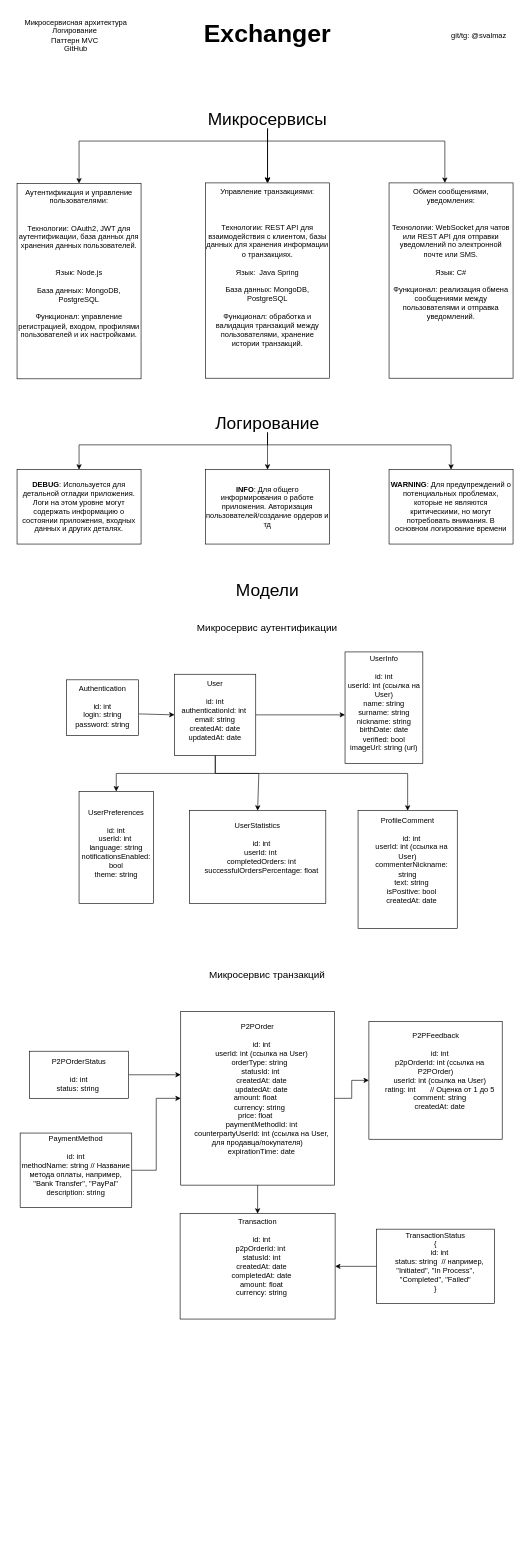
The draw.io diagram exchanger1.drawio in svalmaz/exchanger, before the edit. Source tidied: cells renumbered, new cells numbered last; positions are measured from the earlier drawing's top-left corner, leaving out a move shared by most shapes. Both pictures are drawn from the tidied source at 62%, with x=0, y=0 at pixel (11, 11).
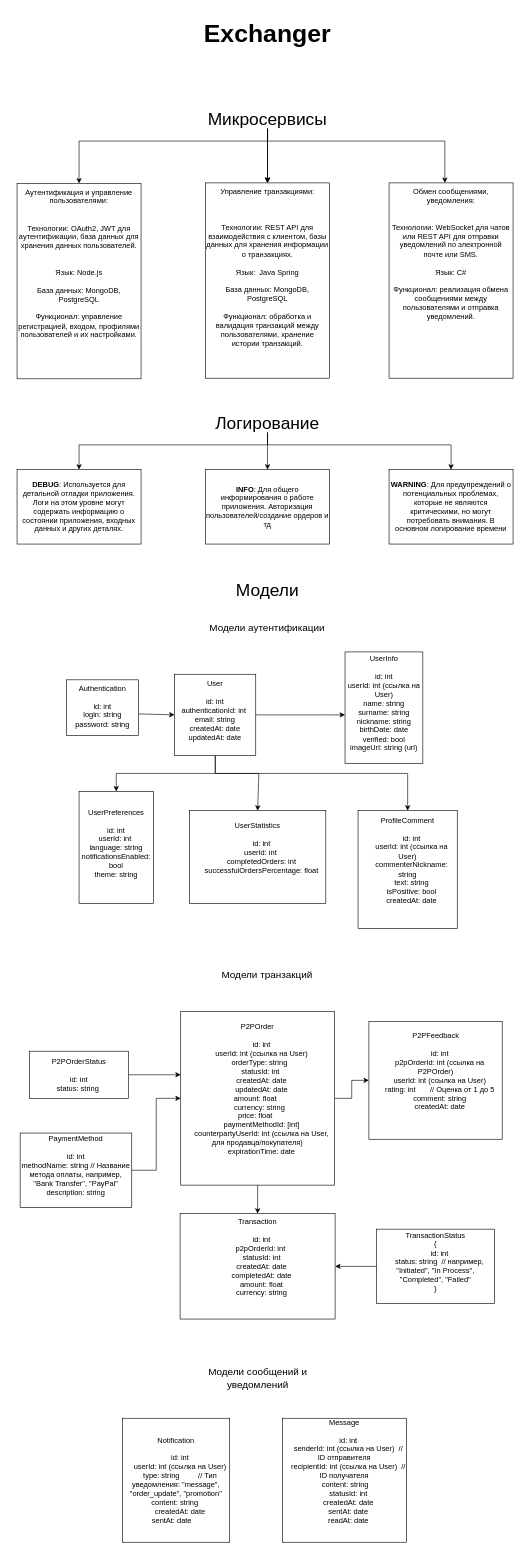
Above is the later version.

Commit message:
Все модели

Change to the diagram source:
```diff
@@
-    <mxCell id="3" value="Микросервисная архитектура&lt;div&gt;Логирование&amp;nbsp;&lt;/div&gt;&lt;div&gt;Паттерн MVC&amp;nbsp;&lt;/div&gt;&lt;div&gt;GitHub&lt;/div&gt;" style="text;html=1;align=center;verticalAlign=middle;whiteSpace=wrap;rounded=0;" parent="1" vertex="1">
-      <mxGeometry width="210" height="80" as="geometry" />
-    </mxCell>
@@
-    <mxCell id="13" value="git/tg: @svalmaz" style="text;html=1;align=center;verticalAlign=middle;whiteSpace=wrap;rounded=0;" parent="1" vertex="1">
-      <mxGeometry x="700" y="25" width="110" height="30" as="geometry" />
-    </mxCell>
@@
-    <mxCell id="22" value="&lt;font style=&quot;font-size: 16px;&quot;&gt;Микросервис аутентификации&lt;/font&gt;" style="text;html=1;align=center;verticalAlign=middle;whiteSpace=wrap;rounded=0;" parent="1" vertex="1">
+    <mxCell id="22" value="&lt;font style=&quot;font-size: 16px;&quot;&gt;Модели аутентификации&lt;/font&gt;" style="text;html=1;align=center;verticalAlign=middle;whiteSpace=wrap;rounded=0;" parent="1" vertex="1">
       <mxGeometry x="288" y="980" width="251" height="30" as="geometry" />
     </mxCell>
@@
-    <mxCell id="34" value="&lt;font style=&quot;font-size: 16px;&quot;&gt;Микросервис транзакций&lt;/font&gt;" style="text;html=1;align=center;verticalAlign=middle;whiteSpace=wrap;rounded=0;" parent="1" vertex="1">
+    <mxCell id="34" value="&lt;font style=&quot;font-size: 16px;&quot;&gt;Модели транзакций&lt;/font&gt;" style="text;html=1;align=center;verticalAlign=middle;whiteSpace=wrap;rounded=0;" parent="1" vertex="1">
       <mxGeometry x="288" y="1540" width="251" height="30" as="geometry" />
     </mxCell>
@@
-    <mxCell id="37" value="&lt;div&gt;P2POrder&lt;/div&gt;&lt;div&gt;&lt;br&gt;&lt;/div&gt;&lt;div&gt;&amp;nbsp; &amp;nbsp; id: int&lt;/div&gt;&lt;div&gt;&amp;nbsp; &amp;nbsp; userId: int (ссылка на User)&lt;/div&gt;&lt;div&gt;&amp;nbsp; &amp;nbsp; orderType: string&amp;nbsp;&amp;nbsp;&lt;/div&gt;&lt;div&gt;&amp;nbsp; &amp;nbsp; statusId: int&amp;nbsp;&lt;/div&gt;&lt;div&gt;&amp;nbsp; &amp;nbsp; createdAt: date&lt;/div&gt;&lt;div&gt;&amp;nbsp; &amp;nbsp; updatedAt: date&lt;/div&gt;&lt;div&gt;&amp;nbsp; &amp;nbsp; amount: float&amp;nbsp; &amp;nbsp; &amp;nbsp;&amp;nbsp;&lt;/div&gt;&lt;div&gt;&amp;nbsp; &amp;nbsp; currency: string&amp;nbsp;&amp;nbsp;&lt;/div&gt;&lt;div&gt;&amp;nbsp; &amp;nbsp; price: float&amp;nbsp; &amp;nbsp; &amp;nbsp;&amp;nbsp;&lt;/div&gt;&lt;div&gt;&amp;nbsp; &amp;nbsp; paymentMethodId: int&lt;/div&gt;&lt;div&gt;&amp;nbsp; &amp;nbsp; counterpartyUserId: int (ссылка на User, для продавца/покупателя)&lt;/div&gt;&lt;div&gt;&amp;nbsp; &amp;nbsp; expirationTime: date&lt;/div&gt;&lt;div&gt;&lt;br&gt;&lt;/div&gt;&lt;div&gt;&lt;br&gt;&lt;/div&gt;" style="rounded=0;whiteSpace=wrap;html=1;" parent="1" vertex="1">
+    <mxCell id="37" value="&lt;div&gt;P2POrder&lt;/div&gt;&lt;div&gt;&lt;br&gt;&lt;/div&gt;&lt;div&gt;&amp;nbsp; &amp;nbsp; id: int&lt;/div&gt;&lt;div&gt;&amp;nbsp; &amp;nbsp; userId: int (ссылка на User)&lt;/div&gt;&lt;div&gt;&amp;nbsp; &amp;nbsp; orderType: string&amp;nbsp;&amp;nbsp;&lt;/div&gt;&lt;div&gt;&amp;nbsp; &amp;nbsp; statusId: int&amp;nbsp;&lt;/div&gt;&lt;div&gt;&amp;nbsp; &amp;nbsp; createdAt: date&lt;/div&gt;&lt;div&gt;&amp;nbsp; &amp;nbsp; updatedAt: date&lt;/div&gt;&lt;div&gt;&amp;nbsp; &amp;nbsp; amount: float&amp;nbsp; &amp;nbsp; &amp;nbsp;&amp;nbsp;&lt;/div&gt;&lt;div&gt;&amp;nbsp; &amp;nbsp; currency: string&amp;nbsp;&amp;nbsp;&lt;/div&gt;&lt;div&gt;&amp;nbsp; &amp;nbsp; price: float&amp;nbsp; &amp;nbsp; &amp;nbsp;&amp;nbsp;&lt;/div&gt;&lt;div&gt;&amp;nbsp; &amp;nbsp; paymentMethodId: [int]&lt;/div&gt;&lt;div&gt;&amp;nbsp; &amp;nbsp; counterpartyUserId: int (ссылка на User, для продавца/покупателя)&lt;/div&gt;&lt;div&gt;&amp;nbsp; &amp;nbsp; expirationTime: date&lt;/div&gt;&lt;div&gt;&lt;br&gt;&lt;/div&gt;&lt;div&gt;&lt;br&gt;&lt;/div&gt;" style="rounded=0;whiteSpace=wrap;html=1;" parent="1" vertex="1">
       <mxGeometry x="274" y="1614" width="248" height="280" as="geometry" />
     </mxCell>
@@
+    <mxCell id="46" value="&lt;font style=&quot;font-size: 16px;&quot;&gt;Модели сообщений и уведомлений&lt;/font&gt;" style="text;html=1;align=center;verticalAlign=middle;whiteSpace=wrap;rounded=0;" parent="1" vertex="1">
+      <mxGeometry x="272.5" y="2190" width="251" height="30" as="geometry" />
+    </mxCell>
+    <mxCell id="47" value="&lt;div&gt;Notification&lt;/div&gt;&lt;div&gt;&lt;br&gt;&lt;/div&gt;&lt;div&gt;&amp;nbsp; &amp;nbsp; id: int&lt;/div&gt;&lt;div&gt;&amp;nbsp; &amp;nbsp; userId: int (ссылка на User)&lt;/div&gt;&lt;div&gt;&amp;nbsp; &amp;nbsp; type: string&amp;nbsp; &amp;nbsp; &amp;nbsp; &amp;nbsp; &amp;nbsp;// Тип уведомления: &quot;message&quot;, &quot;order_update&quot;, &quot;promotion&quot;&lt;/div&gt;&lt;div&gt;&amp;nbsp; &amp;nbsp; content: string&amp;nbsp; &amp;nbsp; &amp;nbsp;&lt;/div&gt;&lt;div&gt;&amp;nbsp; &amp;nbsp; createdAt: date&lt;/div&gt;&lt;div&gt;&amp;nbsp; &amp;nbsp; sentAt: date&amp;nbsp; &amp;nbsp; &amp;nbsp; &amp;nbsp;&amp;nbsp;&lt;/div&gt;" style="rounded=0;whiteSpace=wrap;html=1;" parent="1" vertex="1">
+      <mxGeometry x="180" y="2270" width="173" height="200" as="geometry" />
+    </mxCell>
+    <mxCell id="48" value="&lt;div&gt;Message&lt;/div&gt;&lt;div&gt;&lt;br&gt;&lt;/div&gt;&lt;div&gt;&amp;nbsp; &amp;nbsp; id: int&lt;/div&gt;&lt;div&gt;&amp;nbsp; &amp;nbsp; senderId: int (ссылка на User)&amp;nbsp; // ID отправителя&lt;/div&gt;&lt;div&gt;&amp;nbsp; &amp;nbsp; recipientId: int (ссылка на User)&amp;nbsp; // ID получателя&lt;/div&gt;&lt;div&gt;&amp;nbsp; &amp;nbsp; content: string&amp;nbsp; &amp;nbsp;&lt;/div&gt;&lt;div&gt;&amp;nbsp; &amp;nbsp; statusId: int&lt;/div&gt;&lt;div&gt;&amp;nbsp; &amp;nbsp; createdAt: date&lt;/div&gt;&lt;div&gt;&amp;nbsp; &amp;nbsp; sentAt: date&lt;/div&gt;&lt;div&gt;&amp;nbsp; &amp;nbsp; readAt: date&lt;/div&gt;&lt;div&gt;&lt;br&gt;&lt;/div&gt;&lt;div&gt;&lt;br&gt;&lt;/div&gt;" style="rounded=0;whiteSpace=wrap;html=1;" parent="1" vertex="1">
+      <mxGeometry x="438" y="2270" width="200" height="200" as="geometry" />
+    </mxCell>
```
